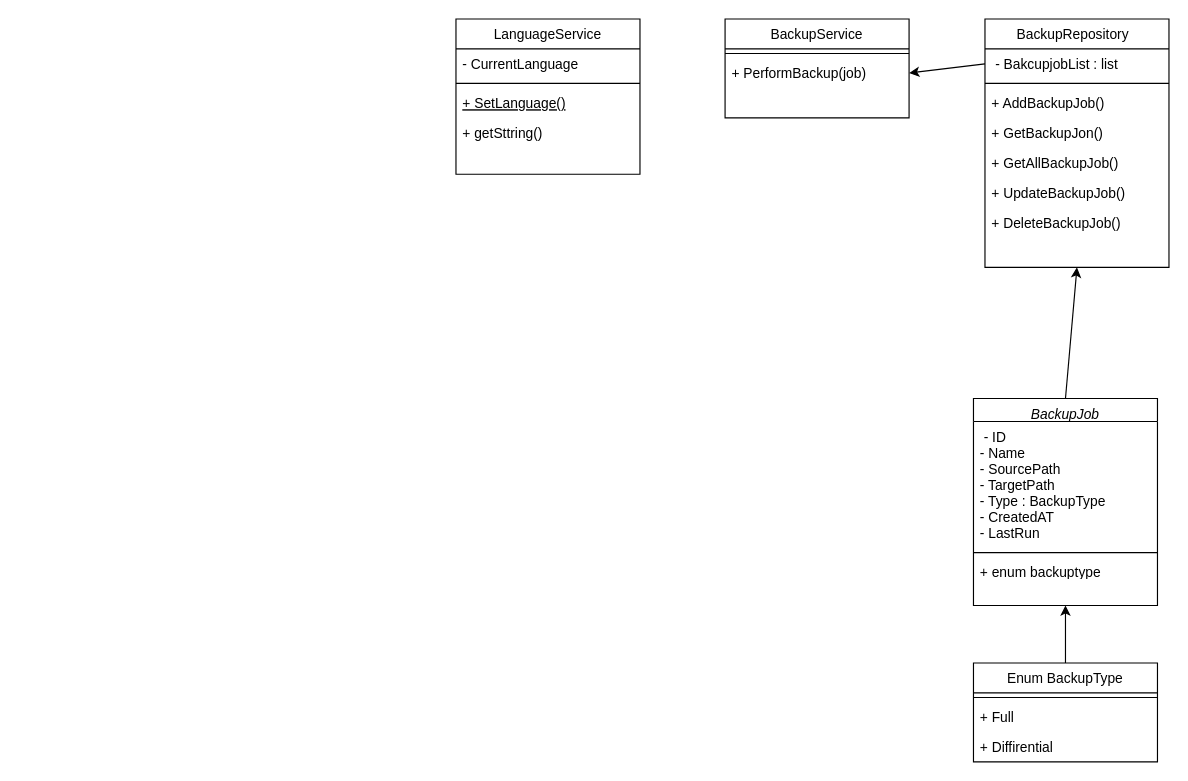
This is Resources/Diagramme de classe.drawio from titaosahraoui/EasySave, a draw.io file, before an edit. Source tidied: cells renumbered, new cells numbered last; positions are measured from the earlier drawing's top-left corner, leaving out a move shared by most shapes. Both pictures are drawn from the tidied source at 115%, with x=0, y=0 at pixel (455, 18).
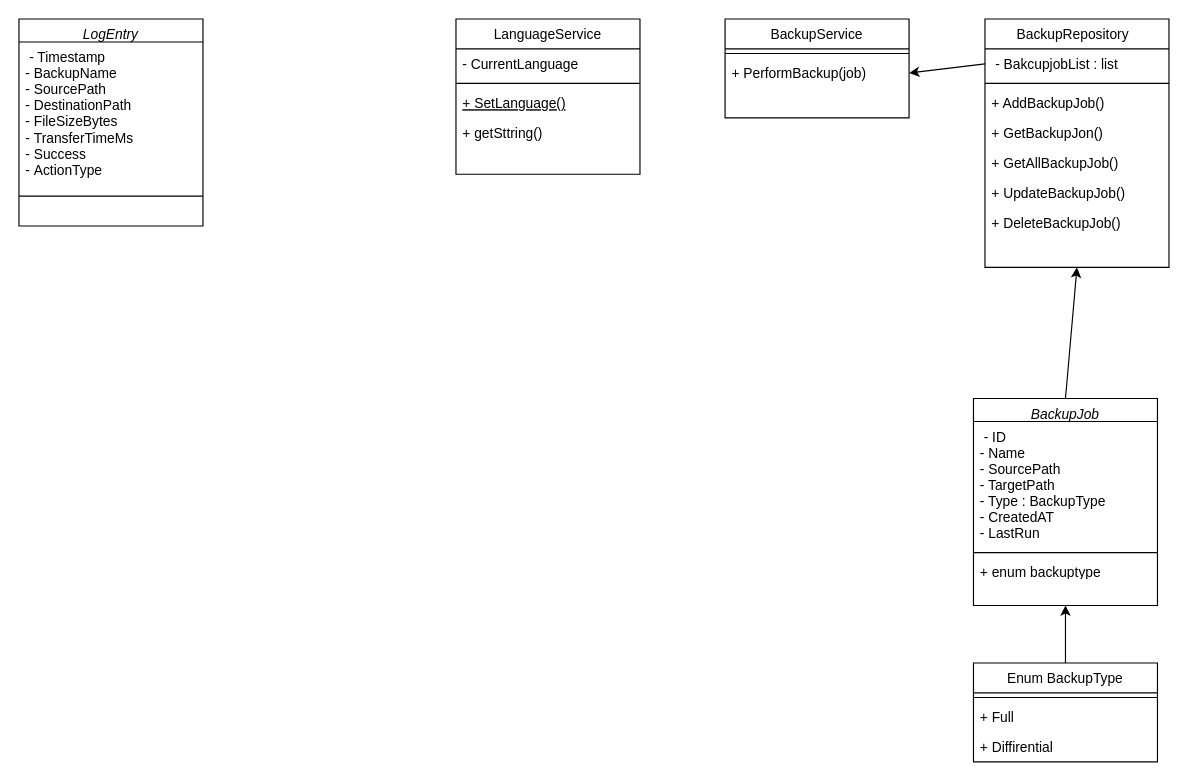
Above is the later version.

Commit message:
ajout de logentry

Diff of the diagram source:
```diff
@@
+    <mxCell id="29" value="LogEntry" style="swimlane;fontStyle=2;align=center;verticalAlign=top;horizontal=1;startSize=20;rounded=0;shadow=0;strokeWidth=1;" parent="1" vertex="1">
+      <mxGeometry x="-380" width="160" height="180" as="geometry" />
+    </mxCell>
+    <mxCell id="30" value=" - Timestamp&#10;- BackupName&#10;- SourcePath&#10;- DestinationPath&#10;- FileSizeBytes&#10;- TransferTimeMs&#10;- Success&#10;- ActionType" style="text;align=left;verticalAlign=top;spacingLeft=4;spacingRight=4;overflow=hidden;rounded=0;shadow=0;html=0;" parent="29" vertex="1">
+      <mxGeometry y="20" width="160" height="130" as="geometry" />
+    </mxCell>
+    <mxCell id="31" style="line;html=1;strokeWidth=1;align=left;verticalAlign=middle;spacingTop=-1;spacingLeft=3;spacingRight=3;labelPosition=right;" parent="29" vertex="1">
+      <mxGeometry y="150" width="160" height="8" as="geometry" />
+    </mxCell>
```
